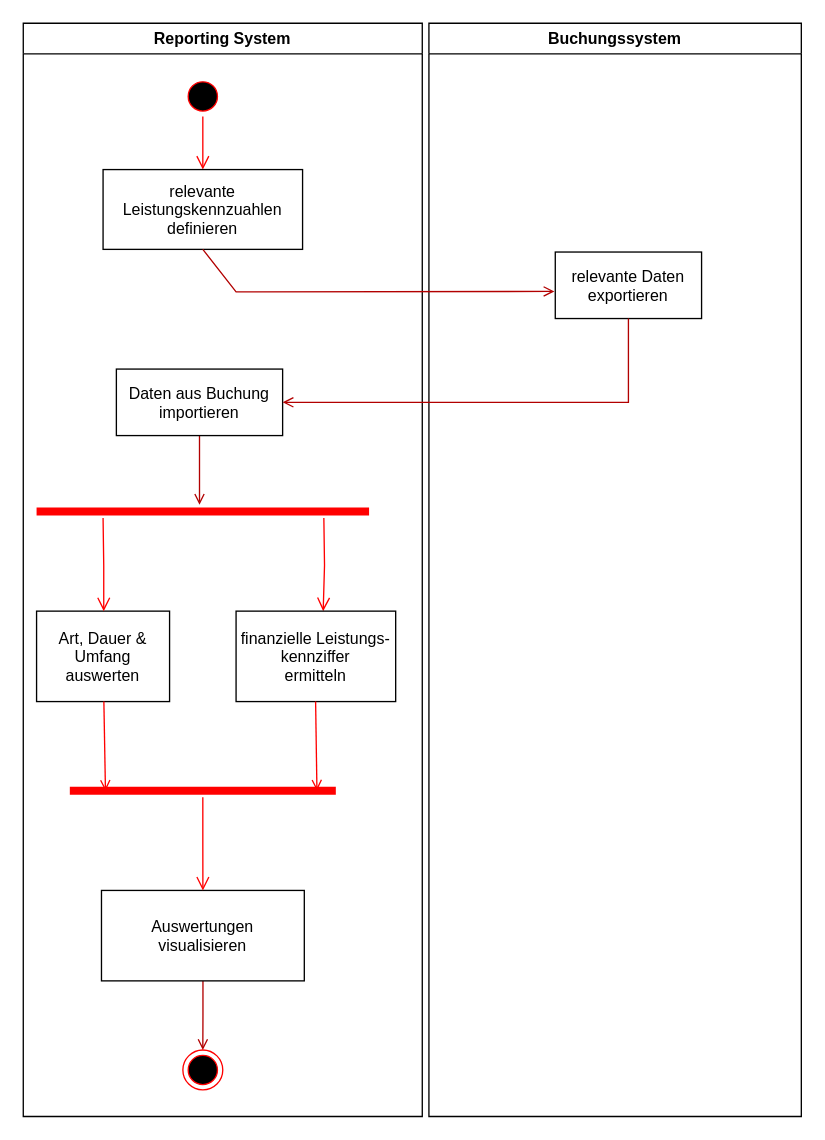
This is E2 - Gabriel/E2 Aktivitäts.drawio from JanUwU42/SoftwareEngineeringProjektarbeit, a draw.io file, before an edit. Source tidied: cells renumbered, new cells numbered last; positions are measured from the earlier drawing's top-left corner, leaving out a move shared by most shapes. Both pictures are drawn from the tidied source at 133%, with x=0, y=0 at pixel (23, 23).
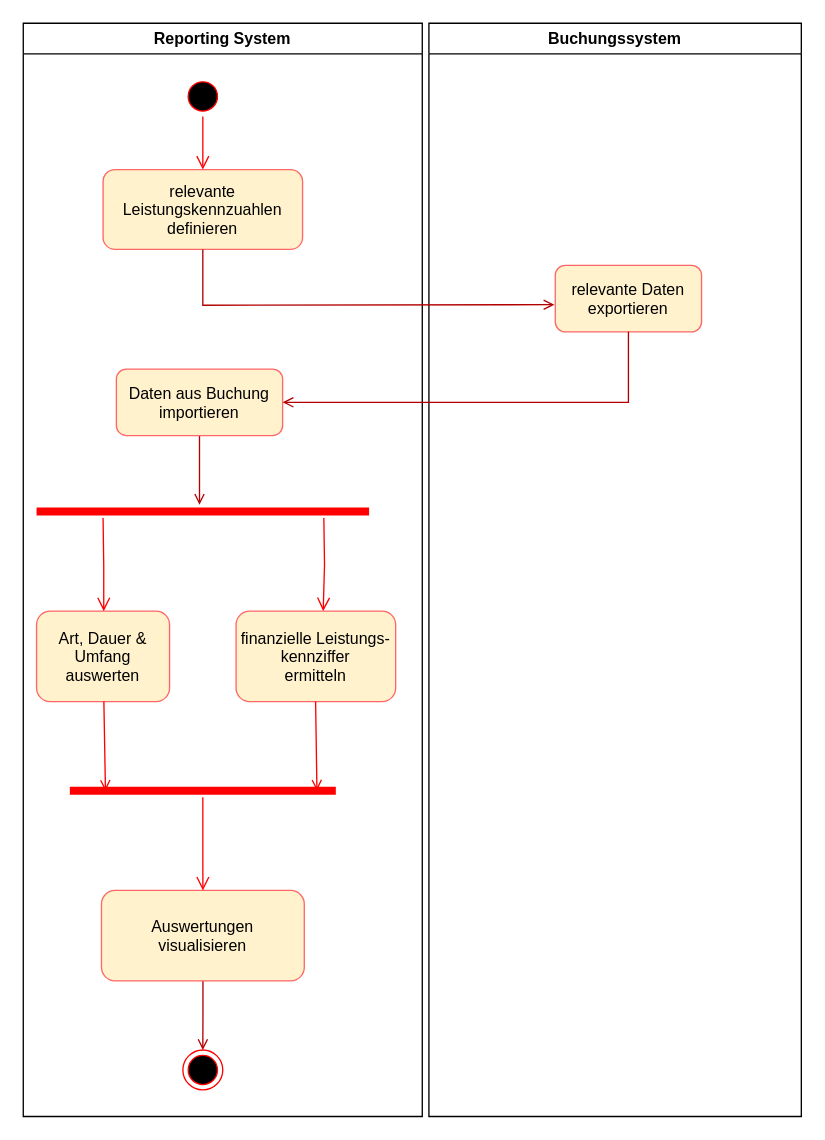
Above is the later version.

Commit message (it also covers changes not shown here):
E2 Aktivitäts Rote Ränder

Unchanged cells that the change refers to:
```xml
<mxCell id="2" value="Reporting System" style="swimlane;whiteSpace=wrap;" parent="1" vertex="1">
  <mxGeometry width="300" height="822" as="geometry" />
</mxCell>
<mxCell id="20" value="Buchungssystem" style="swimlane;whiteSpace=wrap;" parent="1" vertex="1">
  <mxGeometry x="305" width="280" height="822" as="geometry" />
</mxCell>
```

Diff of the diagram source:
```diff
@@
-    <mxCell id="5" value="relevante&#10;Leistungskennzuahlen&#10;definieren" parent="2" vertex="1">
+    <mxCell id="5" value="relevante&#10;Leistungskennzuahlen&#10;definieren" style="fillColor=#fff2cc;strokeColor=#FF6666;rounded=1;" parent="2" vertex="1">
       <mxGeometry x="60" y="110" width="150" height="60" as="geometry" />
     </mxCell>
-    <mxCell id="6" value="Art, Dauer &amp;&#10;Umfang&#10;auswerten" parent="2" vertex="1">
+    <mxCell id="6" value="Art, Dauer &amp;&#10;Umfang&#10;auswerten" style="fillColor=#fff2cc;strokeColor=#FF6666;rounded=1;" parent="2" vertex="1">
       <mxGeometry x="10" y="442" width="100" height="68" as="geometry" />
     </mxCell>
@@
-    <mxCell id="8" value="Auswertungen&#10;visualisieren" parent="2" vertex="1">
+    <mxCell id="8" value="Auswertungen&#10;visualisieren" style="fillColor=#fff2cc;strokeColor=#FF6666;rounded=1;" parent="2" vertex="1">
       <mxGeometry x="58.8" y="652" width="152.5" height="68" as="geometry" />
     </mxCell>
@@
-    <mxCell id="11" value="Daten aus Buchung&#10;importieren" parent="2" vertex="1">
+    <mxCell id="11" value="Daten aus Buchung&#10;importieren" style="fillColor=#fff2cc;strokeColor=#FF6666;rounded=1;" parent="2" vertex="1">
       <mxGeometry x="70" y="260" width="125" height="50" as="geometry" />
     </mxCell>
@@
-    <mxCell id="16" value="finanzielle Leistungs-&#10;kennziffer&#10;ermitteln" parent="2" vertex="1">
+    <mxCell id="16" value="finanzielle Leistungs-&#10;kennziffer&#10;ermitteln" style="fillColor=#fff2cc;strokeColor=#FF6666;rounded=1;" parent="2" vertex="1">
       <mxGeometry x="160" y="442" width="120" height="68" as="geometry" />
     </mxCell>
@@
-    <mxCell id="21" value="relevante Daten&#10;exportieren" parent="20" vertex="1">
-      <mxGeometry x="95" y="172" width="110" height="50" as="geometry" />
+    <mxCell id="21" value="relevante Daten&#10;exportieren" style="rounded=1;fillColor=#fff2cc;strokeColor=#FF6666;" parent="20" vertex="1">
+      <mxGeometry x="95" y="182" width="110" height="50" as="geometry" />
     </mxCell>
     <mxCell id="22" style="endArrow=open;html=1;rounded=0;exitX=0.5;exitY=1;exitDx=0;exitDy=0;entryX=-0.006;entryY=0.592;entryDx=0;entryDy=0;entryPerimeter=0;fillColor=#e51400;strokeColor=#B20000;endFill=0;" parent="1" edge="1" source="5" target="21">
       <mxGeometry relative="1" as="geometry">
         <Array as="points">
-          <mxPoint x="160" y="202" />
+          <mxPoint x="135" y="212" />
         </Array>
       </mxGeometry>
     </mxCell>
```
